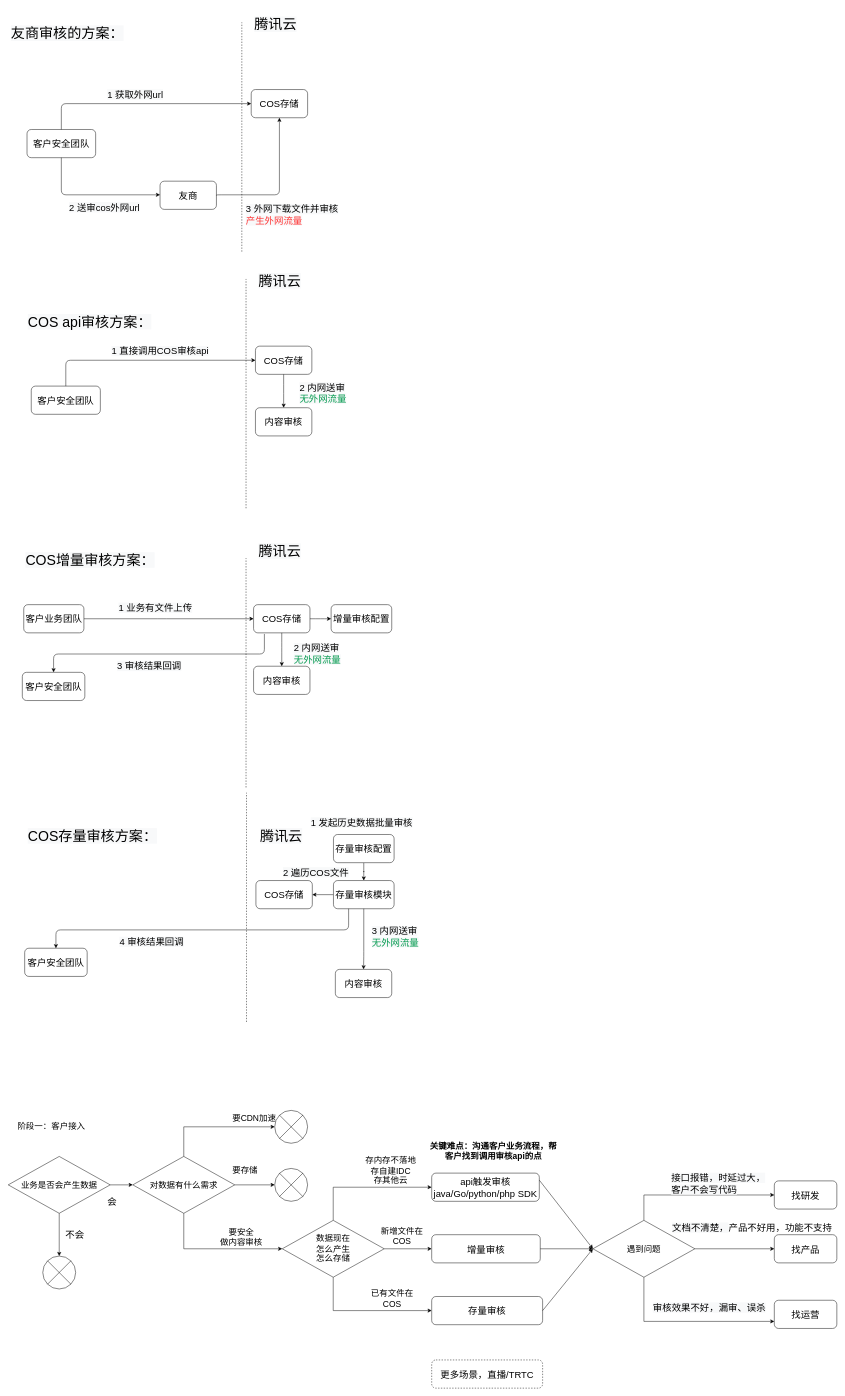
wangnan8791/document keeps this draw.io diagram as page "通用审核流程图" (1 of 9) of CI.drawio. Above is the earlier version. Source tidied: cells renumbered, new cells numbered last; positions are measured from the earlier drawing's top-left corner, leaving out a move shared by most shapes. Both pictures are drawn from the tidied source at 47%, with x=0, y=0 at pixel (8, 13).
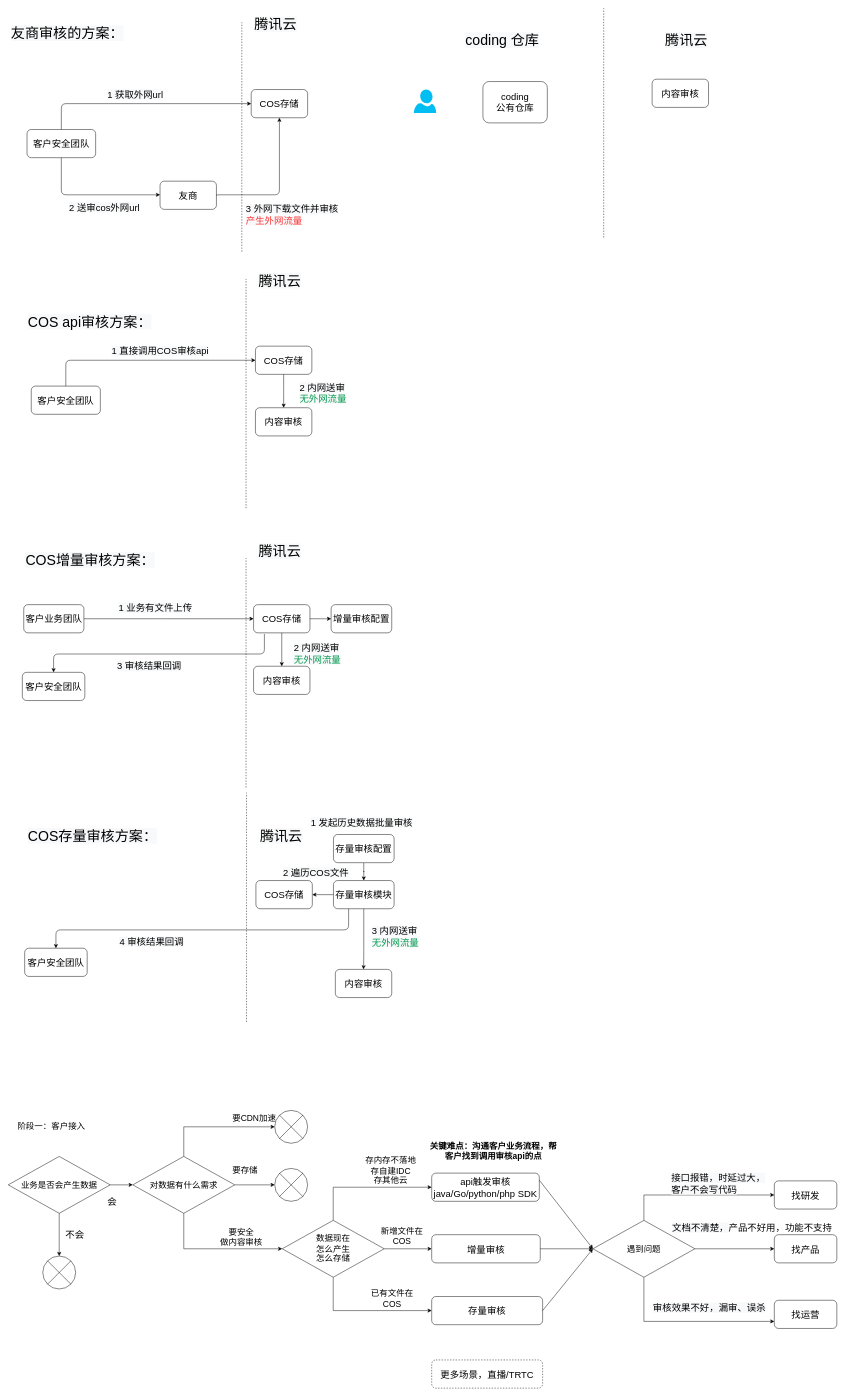
The same diagram, later.

Diff of the diagram source:
```diff
@@
+    <mxCell id="96" value="&lt;span style=&quot;color: rgb(0 , 0 , 0) ; font-family: &amp;quot;helvetica&amp;quot; ; font-size: 30px ; font-style: normal ; font-weight: 400 ; letter-spacing: normal ; text-align: center ; text-indent: 0px ; text-transform: none ; word-spacing: 0px ; background-color: rgb(248 , 249 , 250) ; display: inline ; float: none&quot;&gt;coding 仓库&lt;/span&gt;" style="text;whiteSpace=wrap;html=1;fontSize=30;" parent="1" vertex="1">
+      <mxGeometry x="971" y="34" width="189" height="51" as="geometry" />
+    </mxCell>
+    <mxCell id="97" value="coding&lt;br&gt;公有仓库" style="rounded=1;whiteSpace=wrap;html=1;fontSize=20;" parent="1" vertex="1">
+      <mxGeometry x="1010" y="146" width="137" height="88" as="geometry" />
+    </mxCell>
+    <mxCell id="98" value="内容审核" style="rounded=1;whiteSpace=wrap;html=1;fontSize=20;" parent="1" vertex="1">
+      <mxGeometry x="1370" y="141" width="120" height="60" as="geometry" />
+    </mxCell>
+    <mxCell id="99" style="endArrow=none;dashed=1;html=1;" parent="1" edge="1">
+      <mxGeometry relative="1" as="geometry">
+        <mxPoint x="1267" y="478" as="sourcePoint" />
+        <mxPoint x="1267" y="-10" as="targetPoint" />
+      </mxGeometry>
+    </mxCell>
+    <mxCell id="100" value="&lt;span style=&quot;color: rgb(0 , 0 , 0) ; font-family: &amp;#34;helvetica&amp;#34; ; font-size: 30px ; font-style: normal ; font-weight: 400 ; letter-spacing: normal ; text-align: center ; text-indent: 0px ; text-transform: none ; word-spacing: 0px ; background-color: rgb(248 , 249 , 250) ; display: inline ; float: none&quot;&gt;腾讯云&lt;/span&gt;" style="text;whiteSpace=wrap;html=1;fontSize=30;" parent="1" vertex="1">
+      <mxGeometry x="1396" y="34" width="96" height="51" as="geometry" />
+    </mxCell>
+    <mxCell id="101" style="verticalLabelPosition=bottom;html=1;verticalAlign=top;align=center;strokeColor=none;fillColor=#00BEF2;shape=mxgraph.azure.user;" parent="1" vertex="1">
+      <mxGeometry x="863" y="163" width="47.5" height="50" as="geometry" />
+    </mxCell>
```
